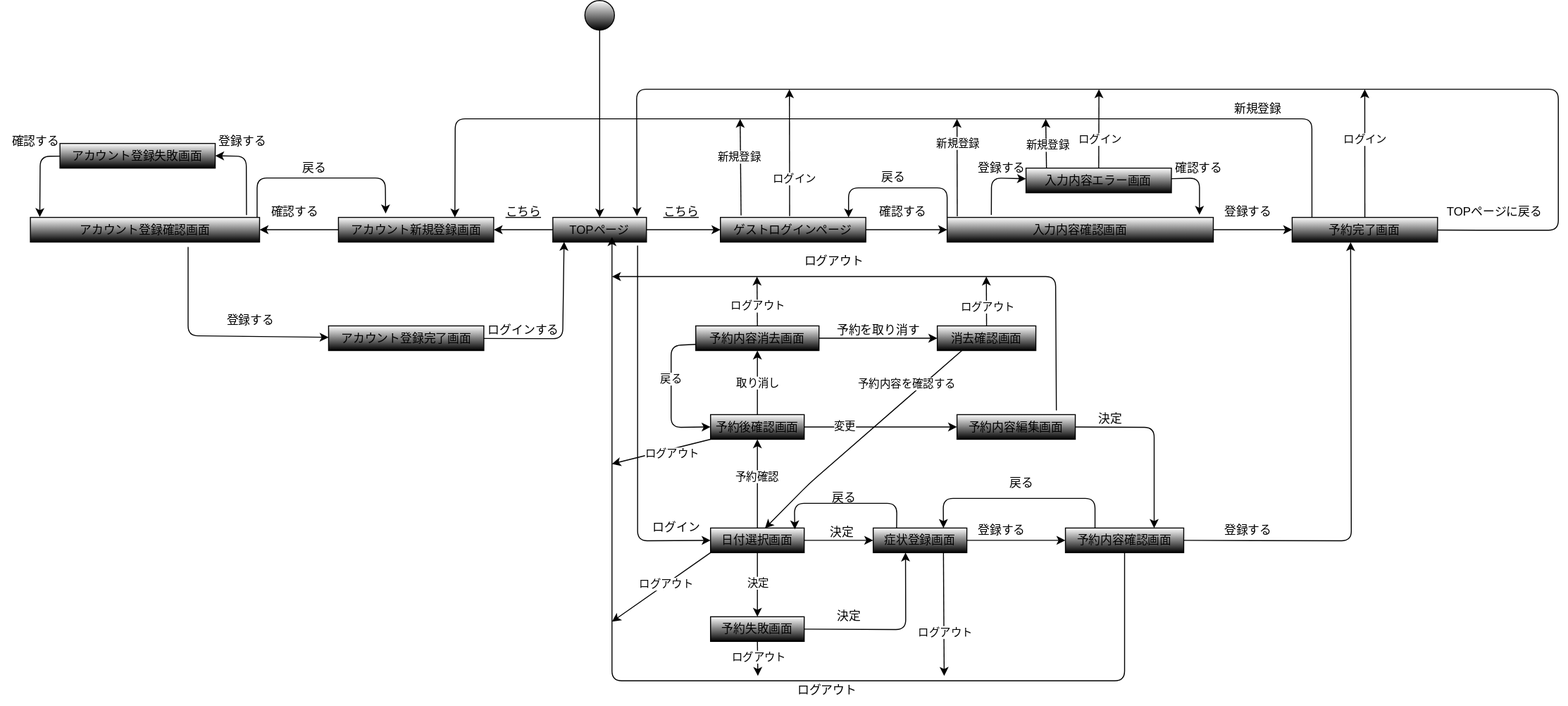
The draw.io diagram pj.drawio.svg in sakamotoshuri/uml_introduction, before a commit. Source tidied: cells renumbered, new cells last; positions are measured from the earlier drawing's top-left corner, leaving out a move shared by most shapes.
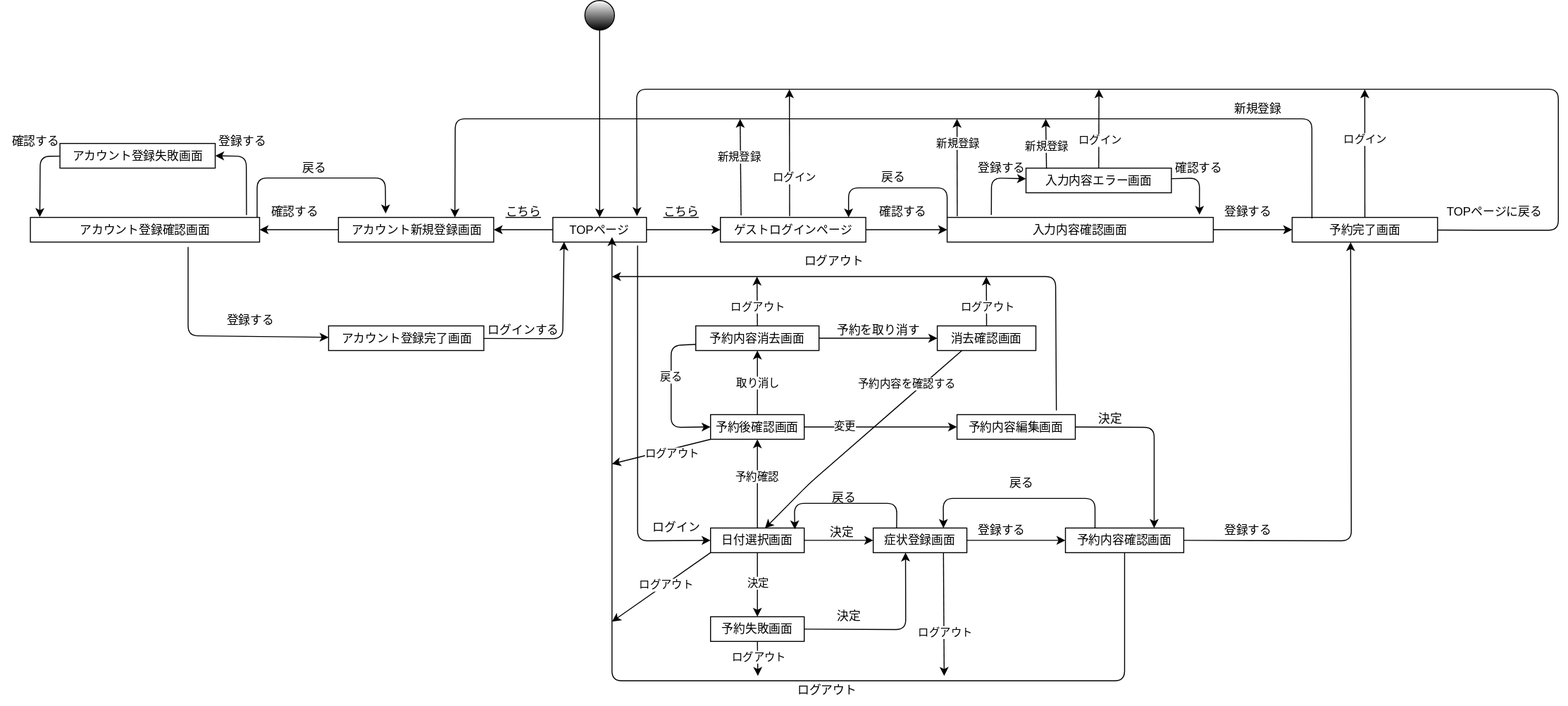
The same file after the commit.

Diff of the diagram source:
```diff
@@ -39,7 +39,7 @@
         </Array>
       </mxGeometry>
     </mxCell>
-    <mxCell id="9" value="TOPページ" style="whiteSpace=wrap;html=1;gradientColor=#000000;" parent="1" vertex="1">
+    <mxCell id="9" value="TOPページ" style="whiteSpace=wrap;html=1;gradientColor=#000000;fillColor=none;" parent="1" vertex="1">
       <mxGeometry x="560" y="220" width="95" height="25" as="geometry" />
     </mxCell>
     <mxCell id="10" style="edgeStyle=none;html=1;" parent="1" edge="1" source="15" target="21">
@@ -63,7 +63,7 @@
     <mxCell id="14" value="新規登録" style="edgeLabel;html=1;align=center;verticalAlign=middle;" parent="13" vertex="1">
       <mxGeometry x="0.23" y="2" relative="1" as="geometry" />
     </mxCell>
-    <mxCell id="15" value="ゲストログインページ" style="whiteSpace=wrap;html=1;gradientColor=#000000;" parent="1" vertex="1">
+    <mxCell id="15" value="ゲストログインページ" style="whiteSpace=wrap;html=1;gradientColor=#000000;fillColor=none;" parent="1" vertex="1">
       <mxGeometry x="730" y="220" width="147.5" height="25" as="geometry" />
     </mxCell>
     <mxCell id="16" style="edgeStyle=none;html=1;" parent="1" edge="1" source="21" target="28">
@@ -93,7 +93,7 @@
     <mxCell id="20" value="新規登録" style="edgeLabel;html=1;align=center;verticalAlign=middle;" parent="19" vertex="1">
       <mxGeometry x="0.5" relative="1" as="geometry" />
     </mxCell>
-    <mxCell id="21" value="入力内容確認画面" style="whiteSpace=wrap;html=1;gradientColor=#000000;" parent="1" vertex="1">
+    <mxCell id="21" value="入力内容確認画面" style="whiteSpace=wrap;html=1;gradientColor=#000000;fillColor=none;" parent="1" vertex="1">
       <mxGeometry x="960" y="220" width="270" height="25" as="geometry" />
     </mxCell>
     <mxCell id="22" value="&lt;u&gt;こちら&lt;/u&gt;" style="text;html=1;align=center;verticalAlign=middle;strokeColor=none;fillColor=none;" parent="1" vertex="1">
@@ -128,7 +128,7 @@
         </Array>
       </mxGeometry>
     </mxCell>
-    <mxCell id="28" value="予約完了画面" style="whiteSpace=wrap;html=1;gradientColor=#000000;" parent="1" vertex="1">
+    <mxCell id="28" value="予約完了画面" style="whiteSpace=wrap;html=1;gradientColor=#000000;fillColor=none;" parent="1" vertex="1">
       <mxGeometry x="1310" y="220" width="147.5" height="25" as="geometry" />
     </mxCell>
     <mxCell id="29" value="登録する" style="text;html=1;align=center;verticalAlign=middle;strokeColor=none;fillColor=none;" parent="1" vertex="1">
@@ -161,7 +161,7 @@
         <mxPoint y="-12" as="offset" />
       </mxGeometry>
     </mxCell>
-    <mxCell id="35" value="入力内容エラー画面" style="whiteSpace=wrap;html=1;gradientColor=#000000;" parent="1" vertex="1">
+    <mxCell id="35" value="入力内容エラー画面" style="whiteSpace=wrap;html=1;gradientColor=#000000;fillColor=none;" parent="1" vertex="1">
       <mxGeometry x="1040" y="170" width="147.5" height="25" as="geometry" />
     </mxCell>
     <mxCell id="36" value="登録する" style="text;html=1;align=center;verticalAlign=middle;strokeColor=none;fillColor=none;" parent="1" vertex="1">
@@ -179,7 +179,7 @@
     <mxCell id="40" style="edgeStyle=none;html=1;" parent="1" edge="1" source="41" target="46">
       <mxGeometry relative="1" as="geometry" />
     </mxCell>
-    <mxCell id="41" value="アカウント新規登録画面" style="whiteSpace=wrap;html=1;gradientColor=#000000;" parent="1" vertex="1">
+    <mxCell id="41" value="アカウント新規登録画面" style="whiteSpace=wrap;html=1;gradientColor=#000000;fillColor=none;" parent="1" vertex="1">
       <mxGeometry x="342.5" y="220" width="157.5" height="25" as="geometry" />
     </mxCell>
     <mxCell id="42" value="&lt;u&gt;こちら&lt;/u&gt;" style="text;html=1;align=center;verticalAlign=middle;strokeColor=none;fillColor=none;" parent="1" vertex="1">
@@ -210,7 +210,7 @@
         </Array>
       </mxGeometry>
     </mxCell>
-    <mxCell id="46" value="アカウント登録確認画面" style="whiteSpace=wrap;html=1;gradientColor=#000000;" parent="1" vertex="1">
+    <mxCell id="46" value="アカウント登録確認画面" style="whiteSpace=wrap;html=1;gradientColor=#000000;fillColor=none;" parent="1" vertex="1">
       <mxGeometry x="30" y="220" width="232.5" height="25" as="geometry" />
     </mxCell>
     <mxCell id="47" value="確認する" style="text;html=1;align=center;verticalAlign=middle;strokeColor=none;fillColor=none;" parent="1" vertex="1">
@@ -223,7 +223,7 @@
         </Array>
       </mxGeometry>
     </mxCell>
-    <mxCell id="49" value="アカウント登録完了画面" style="whiteSpace=wrap;html=1;gradientColor=#000000;" parent="1" vertex="1">
+    <mxCell id="49" value="アカウント登録完了画面" style="whiteSpace=wrap;html=1;gradientColor=#000000;fillColor=none;" parent="1" vertex="1">
       <mxGeometry x="332.5" y="330" width="157.5" height="25" as="geometry" />
     </mxCell>
     <mxCell id="50" value="登録する" style="text;html=1;align=center;verticalAlign=middle;strokeColor=none;fillColor=none;" parent="1" vertex="1">
@@ -236,7 +236,7 @@
         </Array>
       </mxGeometry>
     </mxCell>
-    <mxCell id="52" value="アカウント登録失敗画面" style="whiteSpace=wrap;html=1;gradientColor=#000000;" parent="1" vertex="1">
+    <mxCell id="52" value="アカウント登録失敗画面" style="whiteSpace=wrap;html=1;gradientColor=#000000;fillColor=none;" parent="1" vertex="1">
       <mxGeometry x="60" y="145" width="157.5" height="25" as="geometry" />
     </mxCell>
     <mxCell id="53" value="登録する" style="text;html=1;align=center;verticalAlign=middle;strokeColor=none;fillColor=none;" parent="1" vertex="1">
@@ -281,7 +281,7 @@
     <mxCell id="64" value="予約確認" style="edgeLabel;html=1;align=center;verticalAlign=middle;" parent="63" vertex="1">
       <mxGeometry x="0.18" y="1" relative="1" as="geometry" />
     </mxCell>
-    <mxCell id="65" value="日付選択画面" style="whiteSpace=wrap;html=1;gradientColor=#000000;" parent="1" vertex="1">
+    <mxCell id="65" value="日付選択画面" style="whiteSpace=wrap;html=1;gradientColor=#000000;fillColor=none;" parent="1" vertex="1">
       <mxGeometry x="720" y="535" width="95" height="25" as="geometry" />
     </mxCell>
     <mxCell id="66" value="ログイン" style="text;html=1;align=center;verticalAlign=middle;strokeColor=none;fillColor=none;" parent="1" vertex="1">
@@ -306,7 +306,7 @@
     <mxCell id="70" value="ログアウト" style="edgeLabel;html=1;align=center;verticalAlign=middle;" parent="69" vertex="1">
       <mxGeometry x="0.28" relative="1" as="geometry" />
     </mxCell>
-    <mxCell id="71" value="症状登録画面" style="whiteSpace=wrap;html=1;gradientColor=#000000;" parent="1" vertex="1">
+    <mxCell id="71" value="症状登録画面" style="whiteSpace=wrap;html=1;gradientColor=#000000;fillColor=none;" parent="1" vertex="1">
       <mxGeometry x="885" y="535" width="95" height="25" as="geometry" />
     </mxCell>
     <mxCell id="72" value="決定" style="text;html=1;align=center;verticalAlign=middle;strokeColor=none;fillColor=none;" parent="1" vertex="1">
@@ -336,7 +336,7 @@
         </Array>
       </mxGeometry>
     </mxCell>
-    <mxCell id="76" value="予約内容確認画面" style="whiteSpace=wrap;html=1;gradientColor=#000000;" parent="1" vertex="1">
+    <mxCell id="76" value="予約内容確認画面" style="whiteSpace=wrap;html=1;gradientColor=#000000;fillColor=none;" parent="1" vertex="1">
       <mxGeometry x="1080" y="535" width="120" height="25" as="geometry" />
     </mxCell>
     <mxCell id="77" value="登録する" style="text;html=1;align=center;verticalAlign=middle;strokeColor=none;fillColor=none;" parent="1" vertex="1">
@@ -368,7 +368,7 @@
         <mxPoint y="2" as="offset" />
       </mxGeometry>
     </mxCell>
-    <mxCell id="84" value="予約失敗画面" style="whiteSpace=wrap;html=1;gradientColor=#000000;" parent="1" vertex="1">
+    <mxCell id="84" value="予約失敗画面" style="whiteSpace=wrap;html=1;gradientColor=#000000;fillColor=none;" parent="1" vertex="1">
       <mxGeometry x="720" y="625" width="95" height="25" as="geometry" />
     </mxCell>
     <mxCell id="85" value="決定" style="text;html=1;align=center;verticalAlign=middle;strokeColor=none;fillColor=none;" parent="1" vertex="1">
@@ -401,7 +401,7 @@
         <mxPoint x="20" as="offset" />
       </mxGeometry>
     </mxCell>
-    <mxCell id="93" value="予約後確認画面" style="whiteSpace=wrap;html=1;gradientColor=#000000;" parent="1" vertex="1">
+    <mxCell id="93" value="予約後確認画面" style="whiteSpace=wrap;html=1;gradientColor=#000000;fillColor=none;" parent="1" vertex="1">
       <mxGeometry x="720" y="420" width="95" height="25" as="geometry" />
     </mxCell>
     <mxCell id="94" style="edgeStyle=none;html=1;" parent="1" edge="1" source="99" target="104">
@@ -428,7 +428,7 @@
         <mxPoint x="1" y="-8" as="offset" />
       </mxGeometry>
     </mxCell>
-    <mxCell id="99" value="予約内容消去画面" style="whiteSpace=wrap;html=1;gradientColor=#000000;" parent="1" vertex="1">
+    <mxCell id="99" value="予約内容消去画面" style="whiteSpace=wrap;html=1;gradientColor=#000000;fillColor=none;" parent="1" vertex="1">
       <mxGeometry x="705" y="330" width="125" height="25" as="geometry" />
     </mxCell>
     <mxCell id="100" style="edgeStyle=none;html=1;exitX=0.25;exitY=1;exitDx=0;exitDy=0;entryX=0.581;entryY=0.011;entryDx=0;entryDy=0;entryPerimeter=0;" parent="1" edge="1" source="104" target="65">
@@ -453,7 +453,7 @@
         <mxPoint x="1" y="-2" as="offset" />
       </mxGeometry>
     </mxCell>
-    <mxCell id="104" value="消去確認画面" style="whiteSpace=wrap;html=1;gradientColor=#000000;" parent="1" vertex="1">
+    <mxCell id="104" value="消去確認画面" style="whiteSpace=wrap;html=1;gradientColor=#000000;fillColor=none;" parent="1" vertex="1">
       <mxGeometry x="950" y="330" width="100" height="25" as="geometry" />
     </mxCell>
     <mxCell id="105" value="予約を取り消す" style="text;html=1;align=center;verticalAlign=middle;strokeColor=none;fillColor=none;" parent="1" vertex="1">
@@ -474,7 +474,7 @@
         </Array>
       </mxGeometry>
     </mxCell>
-    <mxCell id="108" value="予約内容編集画面" style="whiteSpace=wrap;html=1;gradientColor=#000000;" parent="1" vertex="1">
+    <mxCell id="108" value="予約内容編集画面" style="whiteSpace=wrap;html=1;gradientColor=#000000;fillColor=none;" parent="1" vertex="1">
       <mxGeometry x="970" y="420" width="120" height="25" as="geometry" />
     </mxCell>
     <mxCell id="109" value="決定" style="text;html=1;align=center;verticalAlign=middle;strokeColor=none;fillColor=none;" parent="1" vertex="1">
```
